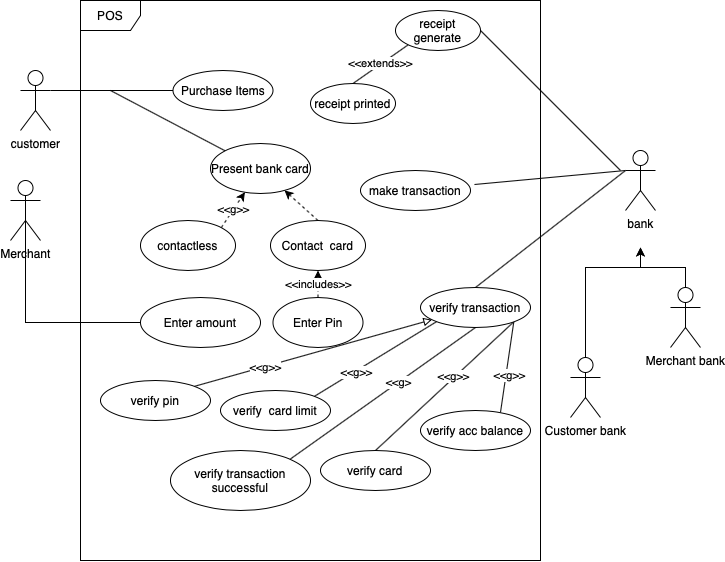
deeperj/dillinger keeps this draw.io diagram as thesis/ukapp2/wqu_isc/images/POS usecase.png. Above is the earlier version. Source tidied: cells renumbered, new cells last; positions are measured from the earlier drawing's top-left corner, leaving out a move shared by most shapes.
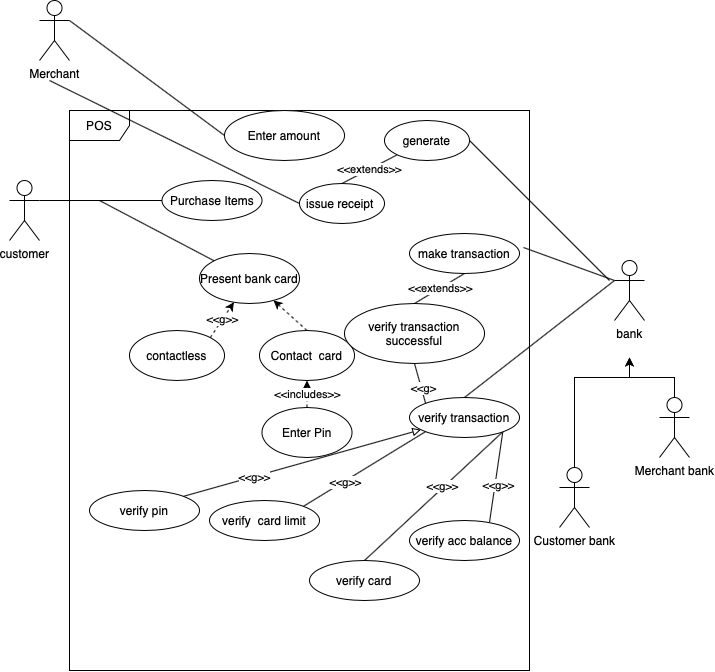
Above is the later version.

What changed in the source:
```diff
@@ -11,8 +11,11 @@
     <mxCell id="4" value="customer" style="shape=umlActor;verticalLabelPosition=bottom;labelBackgroundColor=#ffffff;verticalAlign=top;html=1;" parent="1" vertex="1">
       <mxGeometry x="10" y="70" width="30" height="60" as="geometry" />
     </mxCell>
+    <mxCell id="45" style="edgeStyle=none;rounded=0;jettySize=auto;html=1;exitX=1;exitY=0.3333333333333333;exitDx=0;exitDy=0;exitPerimeter=0;entryX=0;entryY=0.5;entryDx=0;entryDy=0;endArrow=none;endFill=0;" parent="1" edge="1" source="5" target="17">
+      <mxGeometry relative="1" as="geometry" />
+    </mxCell>
     <mxCell id="5" value="Merchant" style="shape=umlActor;verticalLabelPosition=bottom;labelBackgroundColor=#ffffff;verticalAlign=top;html=1;" parent="1" vertex="1">
-      <mxGeometry y="180" width="30" height="60" as="geometry" />
+      <mxGeometry x="40" y="-110" width="30" height="60" as="geometry" />
     </mxCell>
     <mxCell id="6" style="edgeStyle=none;rounded=0;jettySize=auto;html=1;exitX=0;exitY=0.3333333333333333;exitDx=0;exitDy=0;exitPerimeter=0;entryX=0.5;entryY=0;entryDx=0;entryDy=0;endArrow=none;endFill=0;" parent="1" edge="1" source="8" target="32">
       <mxGeometry relative="1" as="geometry" />
@@ -58,11 +61,8 @@
     <mxCell id="15" value="Present bank card" style="ellipse;whiteSpace=wrap;html=1;" parent="1" vertex="1">
       <mxGeometry x="200" y="143" width="100" height="50" as="geometry" />
     </mxCell>
-    <mxCell id="16" style="edgeStyle=orthogonalEdgeStyle;rounded=0;jettySize=auto;html=1;exitX=0;exitY=0.5;exitDx=0;exitDy=0;entryX=0.5;entryY=0.5;entryDx=0;entryDy=0;entryPerimeter=0;endArrow=none;endFill=0;" parent="1" edge="1" source="17" target="5">
-      <mxGeometry relative="1" as="geometry" />
-    </mxCell>
     <mxCell id="17" value="Enter amount" style="ellipse;whiteSpace=wrap;html=1;" parent="1" vertex="1">
-      <mxGeometry x="130" y="297" width="120" height="50" as="geometry" />
+      <mxGeometry x="225" width="120" height="50" as="geometry" />
     </mxCell>
     <mxCell id="18" value="&amp;lt;&amp;lt;g&amp;gt;&amp;gt;" style="edgeStyle=none;rounded=0;jettySize=auto;html=1;exitX=1;exitY=0;exitDx=0;exitDy=0;dashed=1;" parent="1" edge="1" source="19" target="15">
       <mxGeometry relative="1" as="geometry" />
@@ -85,8 +85,11 @@
     <mxCell id="24" value="verify card" style="ellipse;whiteSpace=wrap;html=1;" parent="1" vertex="1">
       <mxGeometry x="310" y="450" width="110" height="40" as="geometry" />
     </mxCell>
+    <mxCell id="46" value="&amp;lt;&amp;lt;extends&amp;gt;&amp;gt;" style="edgeStyle=none;rounded=0;jettySize=auto;html=1;exitX=0.5;exitY=1;exitDx=0;exitDy=0;entryX=0.5;entryY=0;entryDx=0;entryDy=0;endArrow=none;endFill=0;" parent="1" edge="1" source="25" target="40">
+      <mxGeometry relative="1" as="geometry" />
+    </mxCell>
     <mxCell id="25" value="make transaction" style="ellipse;whiteSpace=wrap;html=1;" parent="1" vertex="1">
-      <mxGeometry x="350" y="170" width="110" height="40" as="geometry" />
+      <mxGeometry x="410" y="123" width="110" height="40" as="geometry" />
     </mxCell>
     <mxCell id="26" style="edgeStyle=none;rounded=0;jettySize=auto;html=1;exitX=1;exitY=1;exitDx=0;exitDy=0;entryX=0.727;entryY=0.05;entryDx=0;entryDy=0;entryPerimeter=0;endArrow=none;endFill=0;" parent="1" edge="1" source="32" target="37">
       <mxGeometry relative="1" as="geometry" />
@@ -124,14 +127,14 @@
     <mxCell id="37" value="verify acc balance" style="ellipse;whiteSpace=wrap;html=1;" parent="1" vertex="1">
       <mxGeometry x="410" y="410" width="110" height="40" as="geometry" />
     </mxCell>
-    <mxCell id="38" style="edgeStyle=none;rounded=0;jettySize=auto;html=1;exitX=1;exitY=0;exitDx=0;exitDy=0;entryX=0.5;entryY=1;entryDx=0;entryDy=0;endArrow=none;endFill=0;" parent="1" edge="1" source="40" target="32">
+    <mxCell id="38" style="edgeStyle=none;rounded=0;jettySize=auto;html=1;exitX=0.5;exitY=1;exitDx=0;exitDy=0;entryX=0;entryY=0;entryDx=0;entryDy=0;endArrow=none;endFill=0;" parent="1" edge="1" source="40" target="32">
       <mxGeometry relative="1" as="geometry" />
     </mxCell>
     <mxCell id="39" value="&amp;lt;&amp;lt;g&amp;gt;" style="edgeLabel;html=1;align=center;verticalAlign=middle;" parent="38" vertex="1">
       <mxGeometry x="0.18" y="1" relative="1" as="geometry" />
     </mxCell>
     <mxCell id="40" value="verify transaction successful" style="ellipse;whiteSpace=wrap;html=1;" parent="1" vertex="1">
-      <mxGeometry x="160" y="450" width="140" height="60" as="geometry" />
+      <mxGeometry x="345" y="193" width="140" height="60" as="geometry" />
     </mxCell>
     <mxCell id="41" style="edgeStyle=none;rounded=0;jettySize=auto;html=1;exitX=1;exitY=0.5;exitDx=0;exitDy=0;endArrow=none;endFill=0;" parent="1" edge="1" source="43">
       <mxGeometry relative="1" as="geometry">
@@ -141,11 +144,16 @@
     <mxCell id="42" value="&amp;lt;&amp;lt;extends&amp;gt;&amp;gt;" style="edgeStyle=none;rounded=0;jettySize=auto;html=1;exitX=0;exitY=1;exitDx=0;exitDy=0;entryX=0.5;entryY=0;entryDx=0;entryDy=0;endArrow=none;endFill=0;" parent="1" edge="1" source="43" target="44">
       <mxGeometry relative="1" as="geometry" />
     </mxCell>
-    <mxCell id="43" value="receipt generate" style="ellipse;whiteSpace=wrap;html=1;" parent="1" vertex="1">
+    <mxCell id="43" value="generate" style="ellipse;whiteSpace=wrap;html=1;" parent="1" vertex="1">
       <mxGeometry x="385" y="10" width="85" height="40" as="geometry" />
     </mxCell>
+    <mxCell id="47" style="edgeStyle=none;rounded=0;jettySize=auto;html=1;exitX=0;exitY=0.5;exitDx=0;exitDy=0;endArrow=none;endFill=0;" parent="1" edge="1" source="44">
+      <mxGeometry relative="1" as="geometry">
+        <mxPoint x="50" y="-30" as="targetPoint" />
+      </mxGeometry>
+    </mxCell>
-    <mxCell id="44" value="receipt printed" style="ellipse;whiteSpace=wrap;html=1;" parent="1" vertex="1">
-      <mxGeometry x="300" y="83" width="85" height="40" as="geometry" />
+    <mxCell id="44" value="issue receipt&amp;nbsp;" style="ellipse;whiteSpace=wrap;html=1;" parent="1" vertex="1">
+      <mxGeometry x="300" y="73" width="85" height="40" as="geometry" />
     </mxCell>
   </root>
 </mxGraphModel>
```
